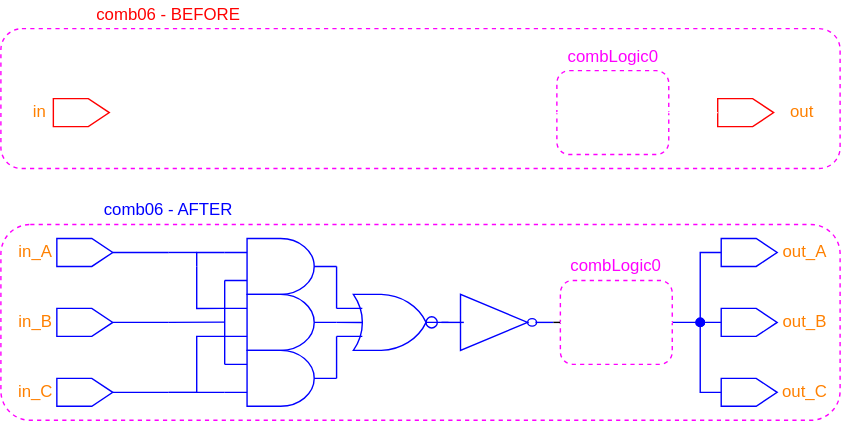
The draw.io diagram figures/dark-mode/user_guide_examples/comb_logic/comb06_input_and_output_triplication.drawio.svg in AlbertHansen/TripleModularRedundancyTool_developer_guide, before a commit. Source tidied: cells renumbered, new cells last; positions are measured from the earlier drawing's top-left corner, leaving out a move shared by most shapes. Its diagram source:
```xml
<mxGraphModel>
  <root>
    <mxCell id="0" />
    <mxCell id="1" parent="0" />
    <mxCell id="2" style="rounded=1;whiteSpace=wrap;html=1;fillColor=none;dashed=1;strokeColor=#FF00FF;" parent="1" vertex="1">
      <mxGeometry y="160" width="600" height="140" as="geometry" />
    </mxCell>
    <mxCell id="3" style="rounded=1;whiteSpace=wrap;html=1;fillColor=none;dashed=1;strokeColor=#FF00FF;fontColor=#FF00FF;" parent="1" vertex="1">
      <mxGeometry x="397.5" y="50" width="80" height="60" as="geometry" />
    </mxCell>
    <mxCell id="4" style="rounded=1;whiteSpace=wrap;html=1;fillColor=none;dashed=1;strokeColor=#FF00FF;" parent="1" vertex="1">
      <mxGeometry y="20" width="600" height="100" as="geometry" />
    </mxCell>
    <mxCell id="5" style="edgeStyle=none;html=1;exitX=0.5;exitY=1;exitDx=0;exitDy=0;entryX=0;entryY=0.5;entryDx=0;entryDy=0;entryPerimeter=0;endArrow=none;endFill=0;strokeColor=#FFFFFF;" parent="1" edge="1" source="6" target="9">
      <mxGeometry relative="1" as="geometry" />
    </mxCell>
    <mxCell id="6" style="shape=offPageConnector;whiteSpace=wrap;rotation=-90;fontFamily=Helvetica;fillColor=none;strokeColor=#FF0000;" parent="1" vertex="1">
      <mxGeometry x="47.5" y="60" width="20" height="40" as="geometry" />
    </mxCell>
    <mxCell id="7" style="shape=offPageConnector;whiteSpace=wrap;rotation=-90;fontFamily=Helvetica;fillColor=none;strokeColor=#FF0000;" parent="1" vertex="1">
      <mxGeometry x="522.5" y="60" width="20" height="40" as="geometry" />
    </mxCell>
    <mxCell id="8" style="edgeStyle=none;html=1;exitX=1;exitY=0.5;exitDx=0;exitDy=0;exitPerimeter=0;entryX=0.5;entryY=0;entryDx=0;entryDy=0;endArrow=none;endFill=0;strokeColor=#FFFFFF;" parent="1" edge="1" source="9" target="7">
      <mxGeometry relative="1" as="geometry" />
    </mxCell>
    <mxCell id="9" style="verticalLabelPosition=bottom;shadow=0;dashed=0;align=center;html=1;verticalAlign=top;shape=mxgraph.electrical.logic_gates.inverter_2;fillColor=none;strokeColor=#FFFFFF;" parent="1" vertex="1">
      <mxGeometry x="397.5" y="60" width="80" height="40" as="geometry" />
    </mxCell>
    <mxCell id="10" style="edgeStyle=orthogonalEdgeStyle;rounded=0;html=1;exitX=0.5;exitY=1;exitDx=0;exitDy=0;strokeColor=#0000FF;fontColor=#000000;endArrow=none;endFill=0;" parent="1" edge="1" source="11">
      <mxGeometry relative="1" as="geometry">
        <mxPoint x="120" y="230" as="targetPoint" />
      </mxGeometry>
    </mxCell>
    <mxCell id="11" style="shape=offPageConnector;whiteSpace=wrap;rotation=-90;fontFamily=Helvetica;fillColor=none;strokeColor=#0000FF;" parent="1" vertex="1">
      <mxGeometry x="50" y="210" width="20" height="40" as="geometry" />
    </mxCell>
    <mxCell id="12" style="shape=offPageConnector;whiteSpace=wrap;rotation=-90;fontFamily=Helvetica;fillColor=none;strokeColor=#0000FF;" parent="1" vertex="1">
      <mxGeometry x="525" y="210" width="20" height="40" as="geometry" />
    </mxCell>
    <mxCell id="13" value="out" style="text;html=1;strokeColor=none;fillColor=none;align=center;verticalAlign=middle;whiteSpace=wrap;rounded=0;fontColor=#FF8000;" parent="1" vertex="1">
      <mxGeometry x="562.5" y="70" width="20" height="20" as="geometry" />
    </mxCell>
    <mxCell id="14" value="in" style="text;html=1;strokeColor=none;fillColor=none;align=center;verticalAlign=middle;whiteSpace=wrap;rounded=0;fontColor=#FF8000;" parent="1" vertex="1">
      <mxGeometry x="17.5" y="70" width="20" height="20" as="geometry" />
    </mxCell>
    <mxCell id="15" value="in_B" style="text;html=1;strokeColor=none;fillColor=none;align=center;verticalAlign=middle;whiteSpace=wrap;rounded=0;fontColor=#FF8000;" parent="1" vertex="1">
      <mxGeometry x="10" y="220" width="30" height="20" as="geometry" />
    </mxCell>
    <mxCell id="16" value="&lt;font&gt;out_B&lt;/font&gt;" style="text;html=1;strokeColor=none;fillColor=none;align=center;verticalAlign=middle;whiteSpace=wrap;rounded=0;fontColor=#FF8000;" parent="1" vertex="1">
      <mxGeometry x="555" y="220" width="40" height="20" as="geometry" />
    </mxCell>
    <mxCell id="17" value="comb06 - BEFORE" style="text;html=1;strokeColor=none;fillColor=none;align=center;verticalAlign=middle;whiteSpace=wrap;rounded=0;dashed=1;fontColor=#FF0000;" parent="1" vertex="1">
      <mxGeometry x="40" width="160" height="20" as="geometry" />
    </mxCell>
    <mxCell id="18" value="comb06 - AFTER" style="text;html=1;strokeColor=none;fillColor=none;align=center;verticalAlign=middle;whiteSpace=wrap;rounded=0;dashed=1;fontColor=#0000FF;" parent="1" vertex="1">
      <mxGeometry x="40" y="140" width="160" height="20" as="geometry" />
    </mxCell>
    <mxCell id="19" style="edgeStyle=orthogonalEdgeStyle;html=1;exitX=0;exitY=0.25;exitDx=0;exitDy=0;exitPerimeter=0;entryX=0;entryY=0.75;entryDx=0;entryDy=0;entryPerimeter=0;endArrow=none;endFill=0;rounded=0;fontColor=#FF00FF;strokeColor=#0000FF;" parent="1" edge="1" source="20" target="26">
      <mxGeometry relative="1" as="geometry">
        <Array as="points">
          <mxPoint x="160" y="230" />
          <mxPoint x="160" y="230" />
        </Array>
      </mxGeometry>
    </mxCell>
    <mxCell id="20" style="verticalLabelPosition=bottom;shadow=0;dashed=0;align=center;html=1;verticalAlign=top;shape=mxgraph.electrical.logic_gates.logic_gate;operation=and;fillColor=none;fontColor=#FF00FF;strokeColor=#0000FF;" parent="1" vertex="1">
      <mxGeometry x="160" y="250" width="80" height="40" as="geometry" />
    </mxCell>
    <mxCell id="21" style="edgeStyle=orthogonalEdgeStyle;rounded=0;html=1;exitX=0;exitY=0.75;exitDx=0;exitDy=0;exitPerimeter=0;entryX=0;entryY=0.75;entryDx=0;entryDy=0;entryPerimeter=0;endArrow=none;endFill=0;fontColor=#FF00FF;strokeColor=#0000FF;" parent="1" edge="1" source="24" target="20">
      <mxGeometry relative="1" as="geometry">
        <Array as="points">
          <mxPoint x="140" y="240" />
          <mxPoint x="140" y="280" />
        </Array>
      </mxGeometry>
    </mxCell>
    <mxCell id="22" style="edgeStyle=orthogonalEdgeStyle;rounded=0;html=1;entryX=0;entryY=0.25;entryDx=0;entryDy=0;entryPerimeter=0;endArrow=none;endFill=0;fontColor=#FF00FF;strokeColor=#0000FF;startArrow=none;" parent="1" edge="1" target="26">
      <mxGeometry relative="1" as="geometry">
        <mxPoint x="140" y="190" as="sourcePoint" />
        <Array as="points">
          <mxPoint x="140" y="180" />
        </Array>
      </mxGeometry>
    </mxCell>
    <mxCell id="23" style="edgeStyle=orthogonalEdgeStyle;rounded=0;html=1;exitX=1;exitY=0.5;exitDx=0;exitDy=0;exitPerimeter=0;entryX=0.235;entryY=0.478;entryDx=0;entryDy=0;entryPerimeter=0;endArrow=none;endFill=0;fontColor=#FF00FF;strokeColor=#0000FF;" parent="1" edge="1" source="24" target="28">
      <mxGeometry relative="1" as="geometry" />
    </mxCell>
    <mxCell id="24" style="verticalLabelPosition=bottom;shadow=0;dashed=0;align=center;html=1;verticalAlign=top;shape=mxgraph.electrical.logic_gates.logic_gate;operation=and;fillColor=none;fontColor=#FF00FF;strokeColor=#0000FF;" parent="1" vertex="1">
      <mxGeometry x="160" y="210" width="80" height="40" as="geometry" />
    </mxCell>
    <mxCell id="25" style="edgeStyle=orthogonalEdgeStyle;rounded=0;html=1;exitX=1;exitY=0.5;exitDx=0;exitDy=0;exitPerimeter=0;entryX=0;entryY=0.25;entryDx=0;entryDy=0;entryPerimeter=0;endArrow=none;endFill=0;fontColor=#FF00FF;strokeColor=#0000FF;" parent="1" edge="1" source="26" target="28">
      <mxGeometry relative="1" as="geometry">
        <Array as="points">
          <mxPoint x="240" y="220" />
        </Array>
      </mxGeometry>
    </mxCell>
    <mxCell id="26" style="verticalLabelPosition=bottom;shadow=0;dashed=0;align=center;html=1;verticalAlign=top;shape=mxgraph.electrical.logic_gates.logic_gate;operation=and;fillColor=none;fontColor=#FF00FF;strokeColor=#0000FF;" parent="1" vertex="1">
      <mxGeometry x="160" y="170" width="80" height="40" as="geometry" />
    </mxCell>
    <mxCell id="27" style="edgeStyle=orthogonalEdgeStyle;rounded=0;html=1;exitX=0;exitY=0.75;exitDx=0;exitDy=0;exitPerimeter=0;entryX=1;entryY=0.5;entryDx=0;entryDy=0;entryPerimeter=0;endArrow=none;endFill=0;fontColor=#FF00FF;strokeColor=#0000FF;" parent="1" edge="1" source="28" target="20">
      <mxGeometry relative="1" as="geometry">
        <Array as="points">
          <mxPoint x="240" y="260" />
          <mxPoint x="240" y="260" />
        </Array>
      </mxGeometry>
    </mxCell>
    <mxCell id="28" style="verticalLabelPosition=bottom;shadow=0;dashed=0;align=center;html=1;verticalAlign=top;shape=mxgraph.electrical.logic_gates.logic_gate;operation=or;fillColor=none;fontColor=#FF00FF;strokeColor=#0000FF;" parent="1" vertex="1">
      <mxGeometry x="240" y="210" width="80" height="40" as="geometry" />
    </mxCell>
    <mxCell id="29" style="verticalLabelPosition=bottom;shadow=0;dashed=0;align=center;html=1;verticalAlign=top;shape=mxgraph.electrical.logic_gates.inverting_contact;fillColor=none;fontColor=#FF00FF;strokeColor=#0000FF;" parent="1" vertex="1">
      <mxGeometry x="303" y="225" width="10" height="10" as="geometry" />
    </mxCell>
    <mxCell id="30" style="verticalLabelPosition=bottom;shadow=0;dashed=0;align=center;html=1;verticalAlign=top;shape=mxgraph.electrical.logic_gates.inverter_2;fillColor=none;fontColor=#FF00FF;strokeColor=#0000FF;" parent="1" vertex="1">
      <mxGeometry x="315" y="210" width="80" height="40" as="geometry" />
    </mxCell>
    <mxCell id="31" style="endArrow=none;html=1;rounded=0;fontColor=#FF00FF;strokeColor=#0000FF;" parent="1" edge="1">
      <mxGeometry relative="1" as="geometry">
        <mxPoint x="120" y="180" as="sourcePoint" />
        <mxPoint x="140" y="180" as="targetPoint" />
      </mxGeometry>
    </mxCell>
    <mxCell id="32" style="endArrow=none;html=1;rounded=0;fontColor=#FF00FF;strokeColor=#0000FF;" parent="1" edge="1">
      <mxGeometry relative="1" as="geometry">
        <mxPoint x="120" y="280" as="sourcePoint" />
        <mxPoint x="140" y="280" as="targetPoint" />
      </mxGeometry>
    </mxCell>
    <mxCell id="33" style="endArrow=none;html=1;rounded=0;fontColor=#FF00FF;strokeColor=#0000FF;" parent="1" edge="1">
      <mxGeometry relative="1" as="geometry">
        <mxPoint x="120" y="230" as="sourcePoint" />
        <mxPoint x="160" y="229.8" as="targetPoint" />
      </mxGeometry>
    </mxCell>
    <mxCell id="34" style="edgeStyle=orthogonalEdgeStyle;rounded=0;html=1;exitX=0;exitY=0.25;exitDx=0;exitDy=0;exitPerimeter=0;endArrow=none;endFill=0;fontColor=#FF00FF;strokeColor=#0000FF;" parent="1" edge="1" source="24">
      <mxGeometry relative="1" as="geometry">
        <mxPoint x="140" y="190" as="targetPoint" />
        <Array as="points">
          <mxPoint x="140" y="220" />
        </Array>
      </mxGeometry>
    </mxCell>
    <mxCell id="35" style="edgeStyle=none;html=1;exitX=1;exitY=0.5;exitDx=0;exitDy=0;entryX=0.5;entryY=0;entryDx=0;entryDy=0;fontColor=#000000;endArrow=none;endFill=0;strokeColor=#0000FF;" parent="1" edge="1" source="36" target="12">
      <mxGeometry relative="1" as="geometry" />
    </mxCell>
    <mxCell id="36" style="rounded=1;whiteSpace=wrap;html=1;fillColor=none;dashed=1;strokeColor=#FF00FF;fontColor=#FF00FF;" parent="1" vertex="1">
      <mxGeometry x="400" y="200" width="80" height="60" as="geometry" />
    </mxCell>
    <mxCell id="37" value="combLogic0" style="text;html=1;strokeColor=none;fillColor=none;align=center;verticalAlign=middle;whiteSpace=wrap;rounded=0;fontColor=#FF00FF;" parent="1" vertex="1">
      <mxGeometry x="412.5" y="30" width="50" height="20" as="geometry" />
    </mxCell>
    <mxCell id="38" style="edgeStyle=orthogonalEdgeStyle;rounded=0;html=1;exitX=0.5;exitY=1;exitDx=0;exitDy=0;strokeColor=#0000FF;fontColor=#000000;endArrow=none;endFill=0;" parent="1" edge="1" source="39">
      <mxGeometry relative="1" as="geometry">
        <mxPoint x="120" y="280" as="targetPoint" />
      </mxGeometry>
    </mxCell>
    <mxCell id="39" style="shape=offPageConnector;whiteSpace=wrap;rotation=-90;fontFamily=Helvetica;fillColor=none;strokeColor=#0000FF;" parent="1" vertex="1">
      <mxGeometry x="50" y="260" width="20" height="40" as="geometry" />
    </mxCell>
    <mxCell id="40" style="edgeStyle=orthogonalEdgeStyle;rounded=0;html=1;exitX=0.5;exitY=1;exitDx=0;exitDy=0;strokeColor=#0000FF;fontColor=#000000;endArrow=none;endFill=0;" parent="1" edge="1" source="41">
      <mxGeometry relative="1" as="geometry">
        <mxPoint x="120" y="180" as="targetPoint" />
      </mxGeometry>
    </mxCell>
    <mxCell id="41" style="shape=offPageConnector;whiteSpace=wrap;rotation=-90;fontFamily=Helvetica;fillColor=none;strokeColor=#0000FF;" parent="1" vertex="1">
      <mxGeometry x="50" y="160" width="20" height="40" as="geometry" />
    </mxCell>
    <mxCell id="42" value="in_C" style="text;html=1;strokeColor=none;fillColor=none;align=center;verticalAlign=middle;whiteSpace=wrap;rounded=0;fontColor=#FF8000;" parent="1" vertex="1">
      <mxGeometry x="10" y="270" width="30" height="20" as="geometry" />
    </mxCell>
    <mxCell id="43" value="in_A" style="text;html=1;strokeColor=none;fillColor=none;align=center;verticalAlign=middle;whiteSpace=wrap;rounded=0;fontColor=#FF8000;" parent="1" vertex="1">
      <mxGeometry x="10" y="170" width="30" height="20" as="geometry" />
    </mxCell>
    <mxCell id="44" style="edgeStyle=orthogonalEdgeStyle;html=1;exitX=0.5;exitY=0;exitDx=0;exitDy=0;fontColor=#000000;endArrow=oval;endFill=1;rounded=0;strokeColor=#0000FF;" parent="1" edge="1" source="45">
      <mxGeometry relative="1" as="geometry">
        <mxPoint x="500" y="230" as="targetPoint" />
      </mxGeometry>
    </mxCell>
    <mxCell id="45" style="shape=offPageConnector;whiteSpace=wrap;rotation=-90;fontFamily=Helvetica;fillColor=none;strokeColor=#0000FF;" parent="1" vertex="1">
      <mxGeometry x="525" y="260" width="20" height="40" as="geometry" />
    </mxCell>
    <mxCell id="46" style="edgeStyle=orthogonalEdgeStyle;html=1;exitX=0.5;exitY=0;exitDx=0;exitDy=0;fontColor=#000000;endArrow=oval;endFill=1;rounded=0;strokeColor=#0000FF;" parent="1" edge="1" source="47">
      <mxGeometry relative="1" as="geometry">
        <mxPoint x="500" y="230" as="targetPoint" />
      </mxGeometry>
    </mxCell>
    <mxCell id="47" style="shape=offPageConnector;whiteSpace=wrap;rotation=-90;fontFamily=Helvetica;fillColor=none;strokeColor=#0000FF;" parent="1" vertex="1">
      <mxGeometry x="525" y="160" width="20" height="40" as="geometry" />
    </mxCell>
    <mxCell id="48" value="&lt;font&gt;out_C&lt;/font&gt;" style="text;html=1;strokeColor=none;fillColor=none;align=center;verticalAlign=middle;whiteSpace=wrap;rounded=0;fontColor=#FF8000;" parent="1" vertex="1">
      <mxGeometry x="555" y="270" width="40" height="20" as="geometry" />
    </mxCell>
    <mxCell id="49" value="&lt;font&gt;out_A&lt;/font&gt;" style="text;html=1;strokeColor=none;fillColor=none;align=center;verticalAlign=middle;whiteSpace=wrap;rounded=0;fontColor=#FF8000;" parent="1" vertex="1">
      <mxGeometry x="555" y="170" width="40" height="20" as="geometry" />
    </mxCell>
    <mxCell id="50" style="edgeStyle=none;html=1;exitX=0;exitY=0.5;exitDx=0;exitDy=0;exitPerimeter=0;entryX=1;entryY=0.5;entryDx=0;entryDy=0;entryPerimeter=0;fontColor=#FF8000;endArrow=none;endFill=0;" parent="1" edge="1" source="51" target="30">
      <mxGeometry relative="1" as="geometry" />
    </mxCell>
    <mxCell id="51" style="verticalLabelPosition=bottom;shadow=0;dashed=0;align=center;html=1;verticalAlign=top;shape=mxgraph.electrical.logic_gates.inverter_2;fillColor=none;strokeColor=#FFFFFF;fontColor=#000000;" parent="1" vertex="1">
      <mxGeometry x="400" y="210" width="80" height="40" as="geometry" />
    </mxCell>
    <mxCell id="52" value="combLogic0" style="text;html=1;strokeColor=none;fillColor=none;align=center;verticalAlign=middle;whiteSpace=wrap;rounded=0;fontColor=#FF00FF;" parent="1" vertex="1">
      <mxGeometry x="415" y="180" width="50" height="20" as="geometry" />
    </mxCell>
  </root>
</mxGraphModel>
```
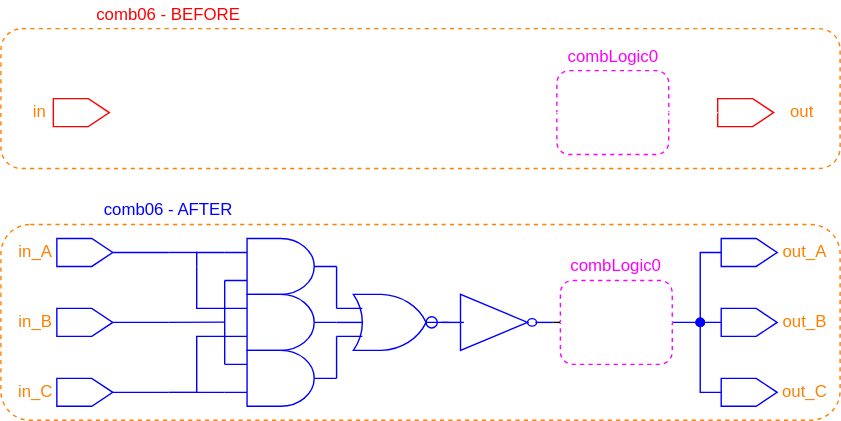
Above is the later version.

What changed in the source:
```diff
@@ -2,13 +2,13 @@
   <root>
     <mxCell id="0" />
     <mxCell id="1" parent="0" />
-    <mxCell id="2" style="rounded=1;whiteSpace=wrap;html=1;fillColor=none;dashed=1;strokeColor=#FF00FF;" parent="1" vertex="1">
+    <mxCell id="2" style="rounded=1;whiteSpace=wrap;html=1;fillColor=none;dashed=1;strokeColor=#FF8000;" parent="1" vertex="1">
       <mxGeometry y="160" width="600" height="140" as="geometry" />
     </mxCell>
     <mxCell id="3" style="rounded=1;whiteSpace=wrap;html=1;fillColor=none;dashed=1;strokeColor=#FF00FF;fontColor=#FF00FF;" parent="1" vertex="1">
       <mxGeometry x="397.5" y="50" width="80" height="60" as="geometry" />
     </mxCell>
-    <mxCell id="4" style="rounded=1;whiteSpace=wrap;html=1;fillColor=none;dashed=1;strokeColor=#FF00FF;" parent="1" vertex="1">
+    <mxCell id="4" style="rounded=1;whiteSpace=wrap;html=1;fillColor=none;dashed=1;strokeColor=#FF8000;" parent="1" vertex="1">
       <mxGeometry y="20" width="600" height="100" as="geometry" />
     </mxCell>
     <mxCell id="5" style="edgeStyle=none;html=1;exitX=0.5;exitY=1;exitDx=0;exitDy=0;entryX=0;entryY=0.5;entryDx=0;entryDy=0;entryPerimeter=0;endArrow=none;endFill=0;strokeColor=#FFFFFF;" parent="1" edge="1" source="6" target="9">
```
